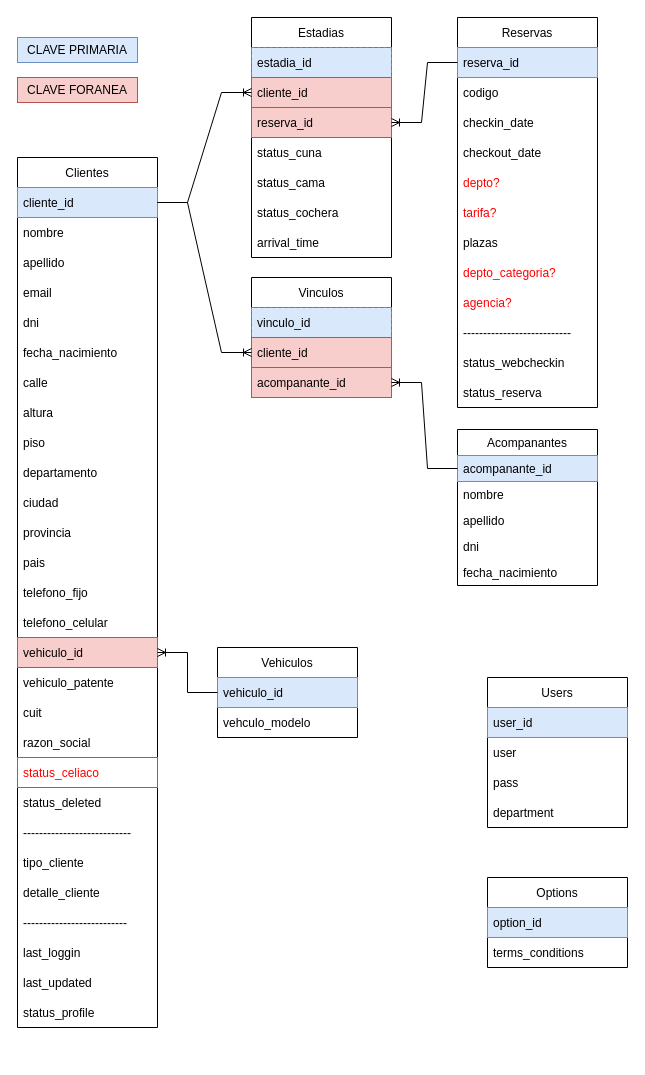
The draw.io diagram page "DB" (1 of 5) of web-checkin/hotel-web-checkin.drawio in danielo101/db-diagrams, before the edit. Source tidied: cells renumbered, new cells numbered last; positions are measured from the earlier drawing's top-left corner, leaving out a move shared by most shapes. Both pictures are drawn from the tidied source at 100%, with x=0, y=0 at pixel (17, 17).
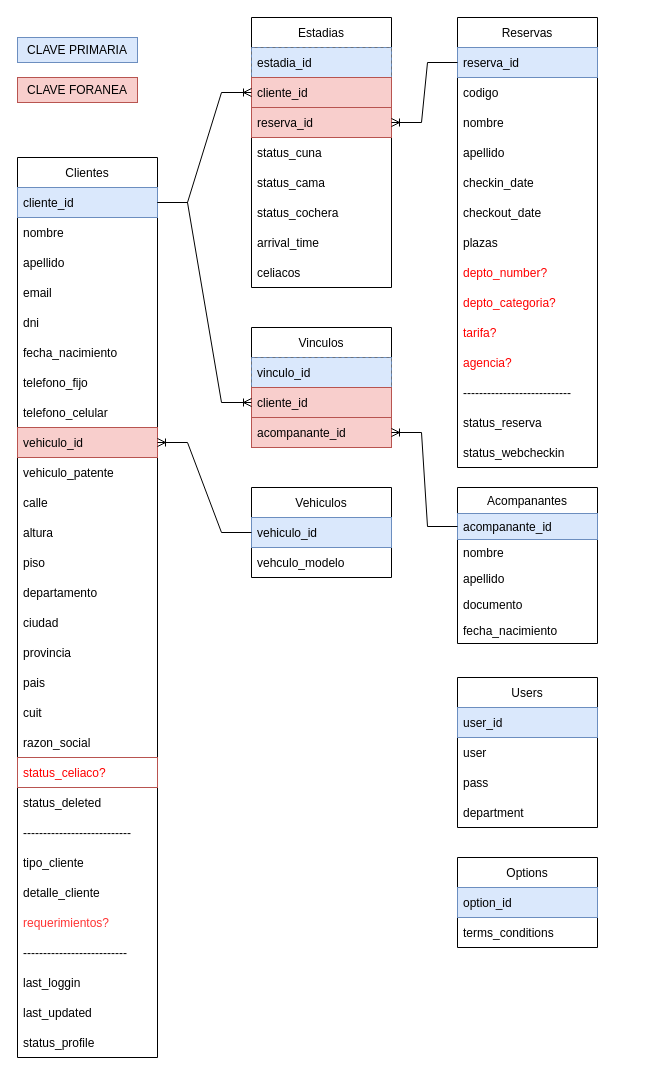
After the change.

Change to the diagram source:
```diff
@@
     <mxCell id="2" value="Users" style="swimlane;fontStyle=0;horizontal=1;startSize=30;" parent="1" vertex="1">
-      <mxGeometry x="470" y="660" width="140" height="150" as="geometry" />
+      <mxGeometry x="440" y="660" width="140" height="150" as="geometry" />
     </mxCell>
@@
     <mxCell id="7" value="Reservas" style="swimlane;fontStyle=0;horizontal=1;startSize=30;" parent="1" vertex="1">
-      <mxGeometry x="440" width="140" height="390" as="geometry" />
+      <mxGeometry x="440" width="140" height="450" as="geometry" />
     </mxCell>
@@
+    <mxCell id="80" value="nombre" style="text;strokeColor=none;fillColor=none;align=left;verticalAlign=middle;spacingLeft=4;spacingRight=4;overflow=hidden;" parent="7" vertex="1">
+      <mxGeometry y="90" width="140" height="30" as="geometry" />
+    </mxCell>
+    <mxCell id="81" value="apellido" style="text;strokeColor=none;fillColor=none;align=left;verticalAlign=middle;spacingLeft=4;spacingRight=4;overflow=hidden;" parent="7" vertex="1">
+      <mxGeometry y="120" width="140" height="30" as="geometry" />
+    </mxCell>
     <mxCell id="10" value="checkin_date" style="text;strokeColor=none;fillColor=none;align=left;verticalAlign=middle;spacingLeft=4;spacingRight=4;overflow=hidden;" parent="7" vertex="1">
-      <mxGeometry y="90" width="140" height="30" as="geometry" />
+      <mxGeometry y="150" width="140" height="30" as="geometry" />
     </mxCell>
     <mxCell id="11" value="checkout_date" style="text;strokeColor=none;fillColor=none;align=left;verticalAlign=middle;spacingLeft=4;spacingRight=4;overflow=hidden;" parent="7" vertex="1">
-      <mxGeometry y="120" width="140" height="30" as="geometry" />
+      <mxGeometry y="180" width="140" height="30" as="geometry" />
     </mxCell>
+    <mxCell id="14" value="plazas" style="text;strokeColor=none;fillColor=none;align=left;verticalAlign=middle;spacingLeft=4;spacingRight=4;overflow=hidden;" parent="7" vertex="1">
+      <mxGeometry y="210" width="140" height="30" as="geometry" />
+    </mxCell>
-    <mxCell id="12" value="depto?" style="text;strokeColor=none;fillColor=none;align=left;verticalAlign=middle;spacingLeft=4;spacingRight=4;overflow=hidden;fontColor=#FF0000;" parent="7" vertex="1">
-      <mxGeometry y="150" width="140" height="30" as="geometry" />
+    <mxCell id="12" value="depto_number?" style="text;strokeColor=none;fillColor=none;align=left;verticalAlign=middle;spacingLeft=4;spacingRight=4;overflow=hidden;fontColor=#FF0000;" parent="7" vertex="1">
+      <mxGeometry y="240" width="140" height="30" as="geometry" />
     </mxCell>
+    <mxCell id="15" value="depto_categoria?" style="text;strokeColor=none;fillColor=none;align=left;verticalAlign=middle;spacingLeft=4;spacingRight=4;overflow=hidden;fontColor=#FF0000;" parent="7" vertex="1">
+      <mxGeometry y="270" width="140" height="30" as="geometry" />
+    </mxCell>
     <mxCell id="13" value="tarifa?" style="text;strokeColor=none;fillColor=none;align=left;verticalAlign=middle;spacingLeft=4;spacingRight=4;overflow=hidden;fontColor=#FF0000;" parent="7" vertex="1">
-      <mxGeometry y="180" width="140" height="30" as="geometry" />
+      <mxGeometry y="300" width="140" height="30" as="geometry" />
     </mxCell>
-    <mxCell id="14" value="plazas" style="text;strokeColor=none;fillColor=none;align=left;verticalAlign=middle;spacingLeft=4;spacingRight=4;overflow=hidden;" parent="7" vertex="1">
-      <mxGeometry y="210" width="140" height="30" as="geometry" />
-    </mxCell>
-    <mxCell id="15" value="depto_categoria?" style="text;strokeColor=none;fillColor=none;align=left;verticalAlign=middle;spacingLeft=4;spacingRight=4;overflow=hidden;fontColor=#FF0000;" parent="7" vertex="1">
-      <mxGeometry y="240" width="140" height="30" as="geometry" />
-    </mxCell>
     <mxCell id="16" value="agencia?" style="text;strokeColor=none;fillColor=none;align=left;verticalAlign=middle;spacingLeft=4;spacingRight=4;overflow=hidden;fontColor=#FF0000;" parent="7" vertex="1">
-      <mxGeometry y="270" width="140" height="30" as="geometry" />
+      <mxGeometry y="330" width="140" height="30" as="geometry" />
     </mxCell>
     <mxCell id="17" value="---------------------------" style="text;strokeColor=none;fillColor=none;align=left;verticalAlign=middle;spacingLeft=4;spacingRight=4;overflow=hidden;" parent="7" vertex="1">
-      <mxGeometry y="300" width="140" height="30" as="geometry" />
+      <mxGeometry y="360" width="140" height="30" as="geometry" />
     </mxCell>
+    <mxCell id="19" value="status_reserva" style="text;strokeColor=none;fillColor=none;align=left;verticalAlign=middle;spacingLeft=4;spacingRight=4;overflow=hidden;" parent="7" vertex="1">
+      <mxGeometry y="390" width="140" height="30" as="geometry" />
+    </mxCell>
     <mxCell id="18" value="status_webcheckin" style="text;strokeColor=none;fillColor=none;align=left;verticalAlign=middle;spacingLeft=4;spacingRight=4;overflow=hidden;dashed=1;labelBorderColor=none;" parent="7" vertex="1">
-      <mxGeometry y="330" width="140" height="30" as="geometry" />
+      <mxGeometry y="420" width="140" height="30" as="geometry" />
     </mxCell>
-    <mxCell id="19" value="status_reserva" style="text;strokeColor=none;fillColor=none;align=left;verticalAlign=middle;spacingLeft=4;spacingRight=4;overflow=hidden;" parent="7" vertex="1">
-      <mxGeometry y="360" width="140" height="30" as="geometry" />
-    </mxCell>
     <mxCell id="20" value="Clientes" style="swimlane;fontStyle=0;horizontal=1;startSize=30;" parent="1" vertex="1">
-      <mxGeometry y="140" width="140" height="870" as="geometry" />
+      <mxGeometry y="140" width="140" height="900" as="geometry" />
     </mxCell>
@@
+    <mxCell id="34" value="telefono_fijo" style="text;strokeColor=none;fillColor=none;align=left;verticalAlign=middle;spacingLeft=4;spacingRight=4;overflow=hidden;" parent="20" vertex="1">
+      <mxGeometry y="210" width="140" height="30" as="geometry" />
+    </mxCell>
+    <mxCell id="35" value="telefono_celular" style="text;strokeColor=none;fillColor=none;align=left;verticalAlign=middle;spacingLeft=4;spacingRight=4;overflow=hidden;" parent="20" vertex="1">
+      <mxGeometry y="240" width="140" height="30" as="geometry" />
+    </mxCell>
+    <mxCell id="36" value="vehiculo_id" style="text;strokeColor=#b85450;fillColor=#f8cecc;align=left;verticalAlign=middle;spacingLeft=4;spacingRight=4;overflow=hidden;points=[[0,0.5],[1,0.5]];portConstraint=eastwest;" parent="20" vertex="1">
+      <mxGeometry y="270" width="140" height="30" as="geometry" />
+    </mxCell>
+    <mxCell id="37" value="vehiculo_patente" style="text;strokeColor=none;fillColor=none;align=left;verticalAlign=middle;spacingLeft=4;spacingRight=4;overflow=hidden;" parent="20" vertex="1">
+      <mxGeometry y="300" width="140" height="30" as="geometry" />
+    </mxCell>
     <mxCell id="27" value="calle" style="text;strokeColor=none;fillColor=none;align=left;verticalAlign=middle;spacingLeft=4;spacingRight=4;overflow=hidden;" parent="20" vertex="1">
-      <mxGeometry y="210" width="140" height="30" as="geometry" />
+      <mxGeometry y="330" width="140" height="30" as="geometry" />
     </mxCell>
     <mxCell id="28" value="altura" style="text;strokeColor=none;fillColor=none;align=left;verticalAlign=middle;spacingLeft=4;spacingRight=4;overflow=hidden;" parent="20" vertex="1">
-      <mxGeometry y="240" width="140" height="30" as="geometry" />
+      <mxGeometry y="360" width="140" height="30" as="geometry" />
     </mxCell>
     <mxCell id="29" value="piso" style="text;strokeColor=none;fillColor=none;align=left;verticalAlign=middle;spacingLeft=4;spacingRight=4;overflow=hidden;" parent="20" vertex="1">
-      <mxGeometry y="270" width="140" height="30" as="geometry" />
+      <mxGeometry y="390" width="140" height="30" as="geometry" />
     </mxCell>
     <mxCell id="30" value="departamento" style="text;strokeColor=none;fillColor=none;align=left;verticalAlign=middle;spacingLeft=4;spacingRight=4;overflow=hidden;" parent="20" vertex="1">
-      <mxGeometry y="300" width="140" height="30" as="geometry" />
+      <mxGeometry y="420" width="140" height="30" as="geometry" />
     </mxCell>
     <mxCell id="31" value="ciudad" style="text;strokeColor=none;fillColor=none;align=left;verticalAlign=middle;spacingLeft=4;spacingRight=4;overflow=hidden;" parent="20" vertex="1">
-      <mxGeometry y="330" width="140" height="30" as="geometry" />
+      <mxGeometry y="450" width="140" height="30" as="geometry" />
     </mxCell>
     <mxCell id="32" value="provincia" style="text;strokeColor=none;fillColor=none;align=left;verticalAlign=middle;spacingLeft=4;spacingRight=4;overflow=hidden;" parent="20" vertex="1">
-      <mxGeometry y="360" width="140" height="30" as="geometry" />
+      <mxGeometry y="480" width="140" height="30" as="geometry" />
     </mxCell>
     <mxCell id="33" value="pais" style="text;strokeColor=none;fillColor=none;align=left;verticalAlign=middle;spacingLeft=4;spacingRight=4;overflow=hidden;" parent="20" vertex="1">
-      <mxGeometry y="390" width="140" height="30" as="geometry" />
+      <mxGeometry y="510" width="140" height="30" as="geometry" />
     </mxCell>
-    <mxCell id="34" value="telefono_fijo" style="text;strokeColor=none;fillColor=none;align=left;verticalAlign=middle;spacingLeft=4;spacingRight=4;overflow=hidden;" parent="20" vertex="1">
-      <mxGeometry y="420" width="140" height="30" as="geometry" />
-    </mxCell>
-    <mxCell id="35" value="telefono_celular" style="text;strokeColor=none;fillColor=none;align=left;verticalAlign=middle;spacingLeft=4;spacingRight=4;overflow=hidden;" parent="20" vertex="1">
-      <mxGeometry y="450" width="140" height="30" as="geometry" />
-    </mxCell>
-    <mxCell id="36" value="vehiculo_id" style="text;strokeColor=#b85450;fillColor=#f8cecc;align=left;verticalAlign=middle;spacingLeft=4;spacingRight=4;overflow=hidden;points=[[0,0.5],[1,0.5]];portConstraint=eastwest;" parent="20" vertex="1">
-      <mxGeometry y="480" width="140" height="30" as="geometry" />
-    </mxCell>
-    <mxCell id="37" value="vehiculo_patente" style="text;strokeColor=none;fillColor=none;align=left;verticalAlign=middle;spacingLeft=4;spacingRight=4;overflow=hidden;" parent="20" vertex="1">
-      <mxGeometry y="510" width="140" height="30" as="geometry" />
-    </mxCell>
@@
-    <mxCell id="40" value="status_celiaco" style="text;strokeColor=#b85450;fillColor=none;align=left;verticalAlign=middle;spacingLeft=4;spacingRight=4;overflow=hidden;fontColor=#FF0000;" parent="20" vertex="1">
+    <mxCell id="40" value="status_celiaco?" style="text;strokeColor=#b85450;fillColor=none;align=left;verticalAlign=middle;spacingLeft=4;spacingRight=4;overflow=hidden;fontColor=#FF0000;" parent="20" vertex="1">
       <mxGeometry y="600" width="140" height="30" as="geometry" />
     </mxCell>
@@
+    <mxCell id="82" value="requerimientos?" style="text;strokeColor=none;fillColor=none;align=left;verticalAlign=middle;spacingLeft=4;spacingRight=4;overflow=hidden;fontColor=#FF3333;" parent="20" vertex="1">
+      <mxGeometry y="750" width="140" height="30" as="geometry" />
+    </mxCell>
     <mxCell id="45" value="--------------------------" style="text;strokeColor=none;fillColor=none;align=left;verticalAlign=middle;spacingLeft=4;spacingRight=4;overflow=hidden;fontColor=#000000;" parent="20" vertex="1">
-      <mxGeometry y="750" width="140" height="30" as="geometry" />
+      <mxGeometry y="780" width="140" height="30" as="geometry" />
     </mxCell>
     <mxCell id="46" value="last_loggin" style="text;strokeColor=none;fillColor=none;align=left;verticalAlign=middle;spacingLeft=4;spacingRight=4;overflow=hidden;fontColor=#000000;" parent="20" vertex="1">
-      <mxGeometry y="780" width="140" height="30" as="geometry" />
+      <mxGeometry y="810" width="140" height="30" as="geometry" />
     </mxCell>
     <mxCell id="47" value="last_updated" style="text;strokeColor=none;fillColor=none;align=left;verticalAlign=middle;spacingLeft=4;spacingRight=4;overflow=hidden;fontColor=#000000;" parent="20" vertex="1">
-      <mxGeometry y="810" width="140" height="30" as="geometry" />
+      <mxGeometry y="840" width="140" height="30" as="geometry" />
     </mxCell>
     <mxCell id="48" value="status_profile" style="text;strokeColor=none;fillColor=none;align=left;verticalAlign=middle;spacingLeft=4;spacingRight=4;overflow=hidden;fontColor=#000000;" parent="20" vertex="1">
-      <mxGeometry y="840" width="140" height="30" as="geometry" />
+      <mxGeometry y="870" width="140" height="30" as="geometry" />
     </mxCell>
     <mxCell id="49" value="Estadias" style="swimlane;fontStyle=0;horizontal=1;startSize=30;" parent="1" vertex="1">
-      <mxGeometry x="234" width="140" height="240" as="geometry" />
+      <mxGeometry x="234" width="140" height="270" as="geometry" />
     </mxCell>
@@
+    <mxCell id="83" value="celiacos" style="text;strokeColor=none;fillColor=none;align=left;verticalAlign=middle;spacingLeft=4;spacingRight=4;overflow=hidden;dashed=1;labelBorderColor=none;" parent="49" vertex="1">
+      <mxGeometry y="240" width="140" height="30" as="geometry" />
+    </mxCell>
@@
     <mxCell id="59" value="Vehiculos" style="swimlane;fontStyle=0;horizontal=1;startSize=30;labelBorderColor=none;fontColor=#000000;strokeColor=default;fillColor=none;" parent="1" vertex="1">
-      <mxGeometry x="200" y="630" width="140" height="90" as="geometry" />
+      <mxGeometry x="234" y="470" width="140" height="90" as="geometry" />
     </mxCell>
@@
     <mxCell id="65" value="Options" style="swimlane;fontStyle=0;horizontal=1;startSize=30;fontColor=#000000;" parent="1" vertex="1">
-      <mxGeometry x="470" y="860" width="140" height="90" as="geometry" />
+      <mxGeometry x="440" y="840" width="140" height="90" as="geometry" />
     </mxCell>
@@
     <mxCell id="68" value="Acompanantes" style="swimlane;fontStyle=0;horizontal=1;startSize=26;fillColor=none;" parent="1" vertex="1">
-      <mxGeometry x="440" y="412" width="140" height="156" as="geometry" />
+      <mxGeometry x="440" y="470" width="140" height="156" as="geometry" />
     </mxCell>
@@
-    <mxCell id="72" value="dni" style="text;strokeColor=none;fillColor=none;align=left;verticalAlign=top;spacingLeft=4;spacingRight=4;overflow=hidden;" parent="68" vertex="1">
+    <mxCell id="72" value="documento" style="text;strokeColor=none;fillColor=none;align=left;verticalAlign=top;spacingLeft=4;spacingRight=4;overflow=hidden;" parent="68" vertex="1">
       <mxGeometry y="104" width="140" height="26" as="geometry" />
     </mxCell>
@@
     <mxCell id="74" value="Vinculos" style="swimlane;fontStyle=0;horizontal=1;startSize=30;" parent="1" vertex="1">
-      <mxGeometry x="234" y="260" width="140" height="120" as="geometry" />
+      <mxGeometry x="234" y="310" width="140" height="120" as="geometry" />
     </mxCell>
```
